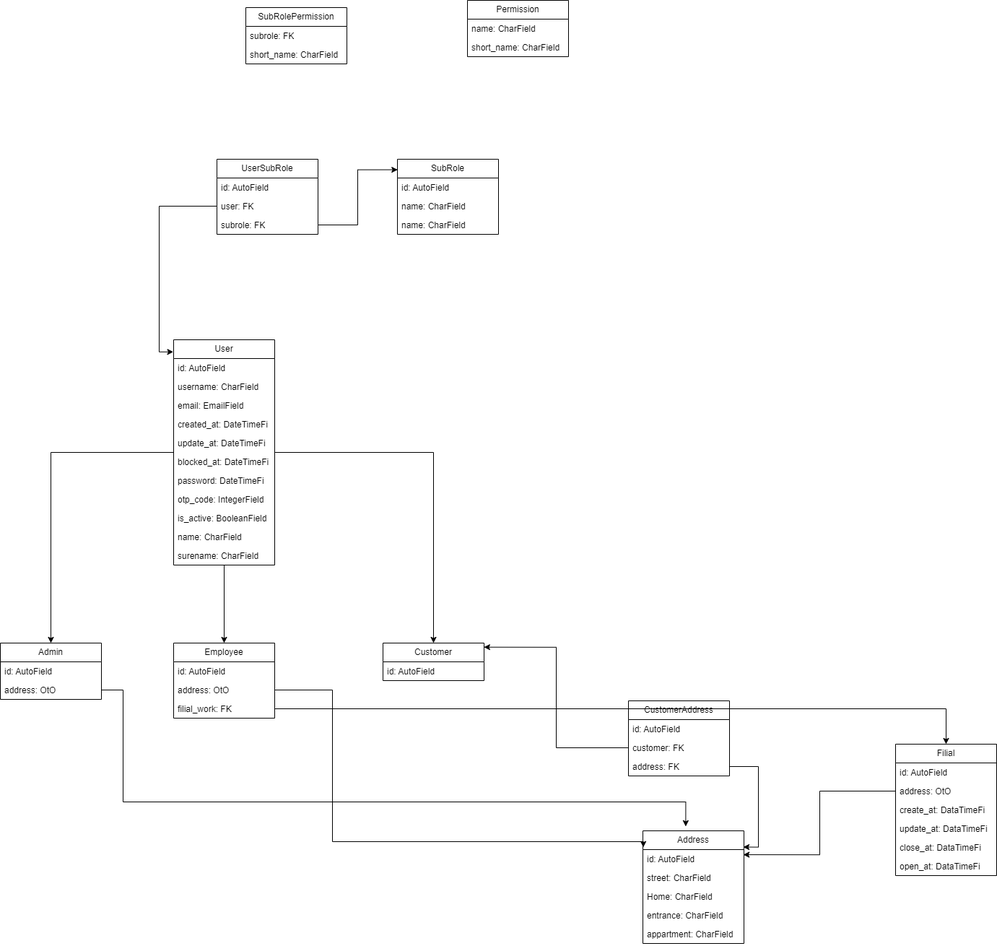
Earlier version of the draw.io export shop_db_design.drawio.png (Phoenix654654/shop_with_db). Source tidied: cells renumbered, new cells last; positions are measured from the earlier drawing's top-left corner, leaving out a move shared by most shapes.
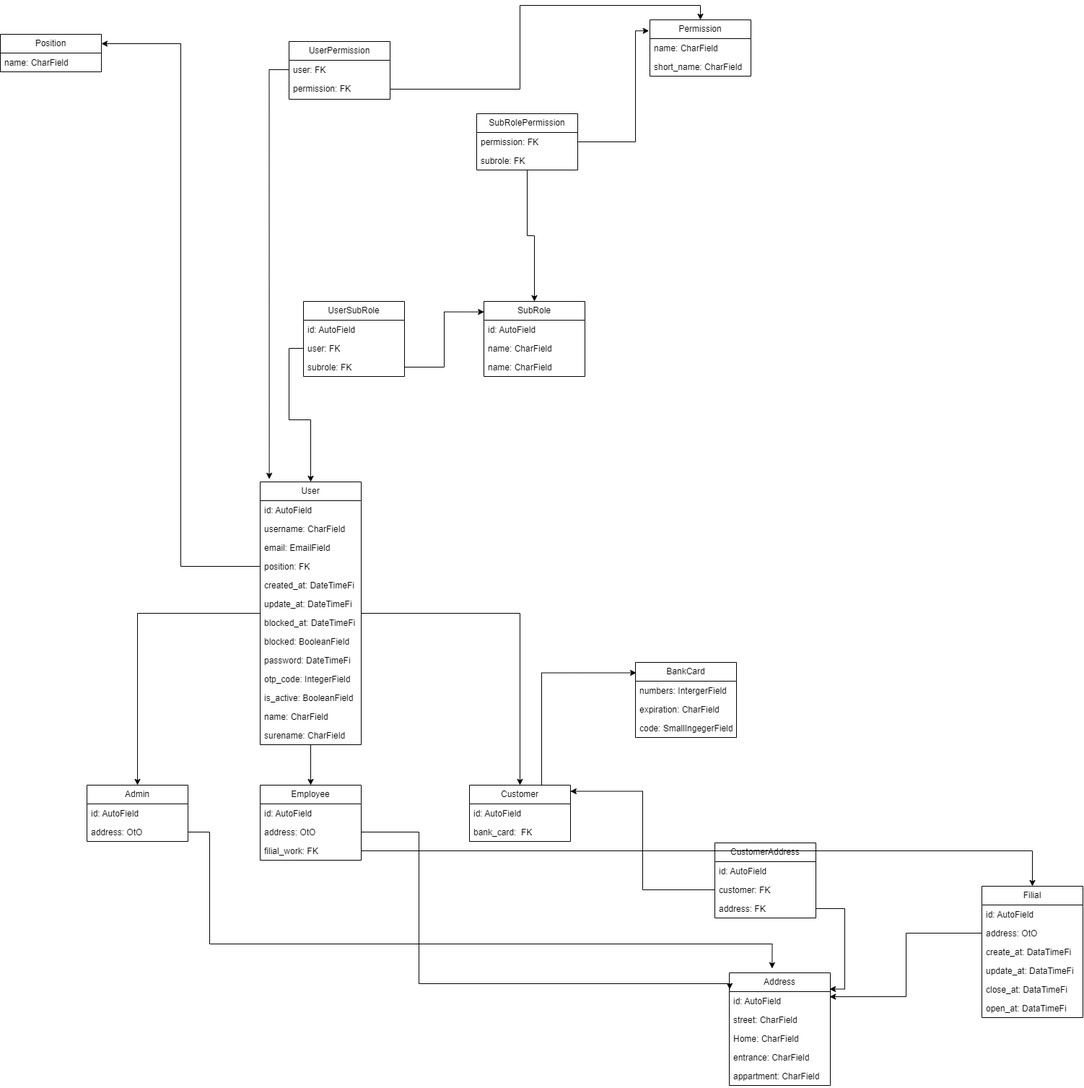
The same diagram one commit later.

Commit message:
user_db_design

What changed in the source:
```diff
@@ -9,7 +9,7 @@
       <mxGeometry relative="1" as="geometry" />
     </mxCell>
     <mxCell id="4" value="User" style="swimlane;fontStyle=0;horizontal=1;startSize=26;fillColor=none;whiteSpace=wrap;html=1;" parent="1" vertex="1">
-      <mxGeometry x="240" y="470" width="140" height="312" as="geometry" />
+      <mxGeometry x="240" y="470" width="140" height="364" as="geometry" />
     </mxCell>
     <mxCell id="5" value="id: AutoField" style="text;strokeColor=none;fillColor=none;align=left;verticalAlign=top;spacingLeft=4;spacingRight=4;overflow=hidden;whiteSpace=wrap;html=1;" parent="4" vertex="1">
       <mxGeometry y="26" width="140" height="26" as="geometry" />
@@ -20,29 +20,35 @@
     <mxCell id="7" value="&lt;span style=&quot;background-color: initial;&quot;&gt;email: EmailField&lt;/span&gt;" style="text;strokeColor=none;fillColor=none;align=left;verticalAlign=top;spacingLeft=4;spacingRight=4;overflow=hidden;whiteSpace=wrap;html=1;" parent="4" vertex="1">
       <mxGeometry y="78" width="140" height="26" as="geometry" />
     </mxCell>
+    <mxCell id="65" value="&lt;span style=&quot;background-color: initial;&quot;&gt;position: FK&lt;/span&gt;" style="text;strokeColor=none;fillColor=none;align=left;verticalAlign=top;spacingLeft=4;spacingRight=4;overflow=hidden;points=[[0,0.5],[1,0.5]];portConstraint=eastwest;whiteSpace=wrap;html=1;" parent="4" vertex="1">
+      <mxGeometry y="104" width="140" height="26" as="geometry" />
+    </mxCell>
     <mxCell id="8" value="&lt;span style=&quot;background-color: initial;&quot;&gt;created_at: DateTimeFi&lt;/span&gt;" style="text;strokeColor=none;fillColor=none;align=left;verticalAlign=top;spacingLeft=4;spacingRight=4;overflow=hidden;whiteSpace=wrap;html=1;" parent="4" vertex="1">
-      <mxGeometry y="104" width="140" height="26" as="geometry" />
+      <mxGeometry y="130" width="140" height="26" as="geometry" />
     </mxCell>
     <mxCell id="9" value="&lt;span style=&quot;background-color: initial;&quot;&gt;update_at: DateTimeFi&lt;/span&gt;" style="text;strokeColor=none;fillColor=none;align=left;verticalAlign=top;spacingLeft=4;spacingRight=4;overflow=hidden;whiteSpace=wrap;html=1;" parent="4" vertex="1">
-      <mxGeometry y="130" width="140" height="26" as="geometry" />
+      <mxGeometry y="156" width="140" height="26" as="geometry" />
     </mxCell>
     <mxCell id="10" value="&lt;span style=&quot;background-color: initial;&quot;&gt;blocked_at: DateTimeFi&lt;/span&gt;" style="text;strokeColor=none;fillColor=none;align=left;verticalAlign=top;spacingLeft=4;spacingRight=4;overflow=hidden;whiteSpace=wrap;html=1;" parent="4" vertex="1">
-      <mxGeometry y="156" width="140" height="26" as="geometry" />
+      <mxGeometry y="182" width="140" height="26" as="geometry" />
     </mxCell>
+    <mxCell id="66" value="&lt;span style=&quot;background-color: initial;&quot;&gt;blocked: BooleanField&lt;/span&gt;" style="text;strokeColor=none;fillColor=none;align=left;verticalAlign=top;spacingLeft=4;spacingRight=4;overflow=hidden;whiteSpace=wrap;html=1;" parent="4" vertex="1">
+      <mxGeometry y="208" width="140" height="26" as="geometry" />
+    </mxCell>
     <mxCell id="11" value="&lt;span style=&quot;background-color: initial;&quot;&gt;password: DateTimeFi&lt;/span&gt;" style="text;strokeColor=none;fillColor=none;align=left;verticalAlign=top;spacingLeft=4;spacingRight=4;overflow=hidden;whiteSpace=wrap;html=1;" parent="4" vertex="1">
-      <mxGeometry y="182" width="140" height="26" as="geometry" />
+      <mxGeometry y="234" width="140" height="26" as="geometry" />
     </mxCell>
     <mxCell id="12" value="&lt;span style=&quot;background-color: initial;&quot;&gt;otp_code: IntegerField&lt;/span&gt;" style="text;strokeColor=none;fillColor=none;align=left;verticalAlign=top;spacingLeft=4;spacingRight=4;overflow=hidden;whiteSpace=wrap;html=1;" parent="4" vertex="1">
-      <mxGeometry y="208" width="140" height="26" as="geometry" />
+      <mxGeometry y="260" width="140" height="26" as="geometry" />
     </mxCell>
     <mxCell id="13" value="&lt;span style=&quot;background-color: initial;&quot;&gt;is_active: BooleanField&lt;/span&gt;" style="text;strokeColor=none;fillColor=none;align=left;verticalAlign=top;spacingLeft=4;spacingRight=4;overflow=hidden;whiteSpace=wrap;html=1;" parent="4" vertex="1">
-      <mxGeometry y="234" width="140" height="26" as="geometry" />
+      <mxGeometry y="286" width="140" height="26" as="geometry" />
     </mxCell>
     <mxCell id="14" value="name: CharField" style="text;strokeColor=none;fillColor=none;align=left;verticalAlign=top;spacingLeft=4;spacingRight=4;overflow=hidden;whiteSpace=wrap;html=1;" parent="4" vertex="1">
-      <mxGeometry y="260" width="140" height="26" as="geometry" />
+      <mxGeometry y="312" width="140" height="26" as="geometry" />
     </mxCell>
     <mxCell id="15" value="surename: CharField" style="text;strokeColor=none;fillColor=none;align=left;verticalAlign=top;spacingLeft=4;spacingRight=4;overflow=hidden;whiteSpace=wrap;html=1;" parent="4" vertex="1">
-      <mxGeometry y="286" width="140" height="26" as="geometry" />
+      <mxGeometry y="338" width="140" height="26" as="geometry" />
     </mxCell>
     <mxCell id="16" value="SubRole" style="swimlane;fontStyle=0;horizontal=1;startSize=26;fillColor=none;whiteSpace=wrap;html=1;" parent="1" vertex="1">
       <mxGeometry x="550" y="220" width="140" height="104" as="geometry" />
@@ -68,14 +74,11 @@
     <mxCell id="23" value="subrole: FK" style="text;strokeColor=none;fillColor=none;align=left;verticalAlign=top;spacingLeft=4;spacingRight=4;overflow=hidden;points=[[0,0.5],[1,0.5]];portConstraint=eastwest;whiteSpace=wrap;html=1;" parent="20" vertex="1">
       <mxGeometry y="78" width="140" height="26" as="geometry" />
     </mxCell>
-    <mxCell id="24" style="edgeStyle=orthogonalEdgeStyle;rounded=0;jettySize=auto;html=1;entryX=-0.003;entryY=0.054;entryDx=0;entryDy=0;entryPerimeter=0;" parent="1" edge="1" source="22" target="4">
-      <mxGeometry relative="1" as="geometry" />
-    </mxCell>
     <mxCell id="25" style="edgeStyle=orthogonalEdgeStyle;rounded=0;jettySize=auto;html=1;entryX=0.002;entryY=0.14;entryDx=0;entryDy=0;entryPerimeter=0;" parent="1" edge="1" source="23" target="16">
       <mxGeometry relative="1" as="geometry" />
     </mxCell>
     <mxCell id="26" value="Permission" style="swimlane;fontStyle=0;horizontal=1;startSize=26;fillColor=none;whiteSpace=wrap;html=1;" parent="1" vertex="1">
-      <mxGeometry x="647" width="140" height="78" as="geometry" />
+      <mxGeometry x="780" y="-170" width="140" height="78" as="geometry" />
     </mxCell>
     <mxCell id="27" value="name: CharField" style="text;strokeColor=none;fillColor=none;align=left;verticalAlign=top;spacingLeft=4;spacingRight=4;overflow=hidden;whiteSpace=wrap;html=1;" parent="26" vertex="1">
       <mxGeometry y="26" width="140" height="26" as="geometry" />
@@ -84,14 +87,14 @@
       <mxGeometry y="52" width="140" height="26" as="geometry" />
     </mxCell>
     <mxCell id="29" value="SubRolePermission" style="swimlane;fontStyle=0;horizontal=1;startSize=26;fillColor=none;whiteSpace=wrap;html=1;" parent="1" vertex="1">
-      <mxGeometry x="340" y="10" width="140" height="78" as="geometry" />
+      <mxGeometry x="540" y="-40" width="140" height="78" as="geometry" />
     </mxCell>
+    <mxCell id="31" value="permission: FK" style="text;strokeColor=none;fillColor=none;align=left;verticalAlign=top;spacingLeft=4;spacingRight=4;overflow=hidden;points=[[0,0.5],[1,0.5]];portConstraint=eastwest;whiteSpace=wrap;html=1;" parent="29" vertex="1">
+      <mxGeometry y="26" width="140" height="26" as="geometry" />
+    </mxCell>
     <mxCell id="30" value="subrole: FK" style="text;strokeColor=none;fillColor=none;align=left;verticalAlign=top;spacingLeft=4;spacingRight=4;overflow=hidden;points=[[0,0.5],[1,0.5]];portConstraint=eastwest;whiteSpace=wrap;html=1;" parent="29" vertex="1">
-      <mxGeometry y="26" width="140" height="26" as="geometry" />
+      <mxGeometry y="52" width="140" height="26" as="geometry" />
     </mxCell>
-    <mxCell id="31" value="short_name: CharField" style="text;strokeColor=none;fillColor=none;align=left;verticalAlign=top;spacingLeft=4;spacingRight=4;overflow=hidden;points=[[0,0.5],[1,0.5]];portConstraint=eastwest;whiteSpace=wrap;html=1;" parent="29" vertex="1">
-      <mxGeometry y="52" width="140" height="26" as="geometry" />
-    </mxCell>
     <mxCell id="32" value="Admin" style="swimlane;fontStyle=0;horizontal=1;startSize=26;fillColor=none;whiteSpace=wrap;html=1;" parent="1" vertex="1">
       <mxGeometry y="890" width="140" height="78" as="geometry" />
     </mxCell>
@@ -114,11 +117,14 @@
       <mxGeometry y="78" width="140" height="26" as="geometry" />
     </mxCell>
     <mxCell id="39" value="Customer" style="swimlane;fontStyle=0;horizontal=1;startSize=26;fillColor=none;whiteSpace=wrap;html=1;" parent="1" vertex="1">
-      <mxGeometry x="530" y="890" width="140" height="52" as="geometry" />
+      <mxGeometry x="530" y="890" width="140" height="78" as="geometry" />
     </mxCell>
     <mxCell id="40" value="id: AutoField" style="text;strokeColor=none;fillColor=none;align=left;verticalAlign=top;spacingLeft=4;spacingRight=4;overflow=hidden;whiteSpace=wrap;html=1;" parent="39" vertex="1">
       <mxGeometry y="26" width="140" height="26" as="geometry" />
     </mxCell>
+    <mxCell id="67" value="bank_card:&amp;nbsp; FK" style="text;strokeColor=none;fillColor=none;align=left;verticalAlign=top;spacingLeft=4;spacingRight=4;overflow=hidden;whiteSpace=wrap;html=1;" parent="39" vertex="1">
+      <mxGeometry y="52" width="140" height="26" as="geometry" />
+    </mxCell>
     <mxCell id="41" style="edgeStyle=orthogonalEdgeStyle;rounded=0;jettySize=auto;html=1;entryX=0.5;entryY=0;entryDx=0;entryDy=0;" parent="1" edge="1" source="4" target="35">
       <mxGeometry relative="1" as="geometry" />
     </mxCell>
@@ -202,5 +208,67 @@
     <mxCell id="64" style="edgeStyle=orthogonalEdgeStyle;rounded=0;jettySize=auto;html=1;entryX=0.5;entryY=0;entryDx=0;entryDy=0;" parent="1" edge="1" source="38" target="56">
       <mxGeometry relative="1" as="geometry" />
     </mxCell>
+    <mxCell id="68" style="edgeStyle=orthogonalEdgeStyle;rounded=0;jettySize=auto;html=1;entryX=-0.009;entryY=0.195;entryDx=0;entryDy=0;entryPerimeter=0;" parent="1" edge="1" source="31" target="26">
+      <mxGeometry relative="1" as="geometry">
+        <Array as="points">
+          <mxPoint x="760" y="-1" />
+          <mxPoint x="760" y="-155" />
+        </Array>
+      </mxGeometry>
+    </mxCell>
+    <mxCell id="69" style="edgeStyle=orthogonalEdgeStyle;rounded=0;jettySize=auto;html=1;" parent="1" edge="1" source="30" target="16">
+      <mxGeometry relative="1" as="geometry">
+        <Array as="points">
+          <mxPoint x="610" y="129" />
+          <mxPoint x="620" y="129" />
+        </Array>
+      </mxGeometry>
+    </mxCell>
+    <mxCell id="70" value="UserPermission" style="swimlane;fontStyle=0;horizontal=1;startSize=26;fillColor=none;whiteSpace=wrap;html=1;" parent="1" vertex="1">
+      <mxGeometry x="280" y="-140" width="140" height="80" as="geometry" />
+    </mxCell>
+    <mxCell id="71" value="user: FK" style="text;strokeColor=none;fillColor=none;align=left;verticalAlign=top;spacingLeft=4;spacingRight=4;overflow=hidden;points=[[0,0.5],[1,0.5]];portConstraint=eastwest;whiteSpace=wrap;html=1;" parent="70" vertex="1">
+      <mxGeometry y="26" width="140" height="26" as="geometry" />
+    </mxCell>
+    <mxCell id="72" value="permission: FK" style="text;strokeColor=none;fillColor=none;align=left;verticalAlign=top;spacingLeft=4;spacingRight=4;overflow=hidden;points=[[0,0.5],[1,0.5]];portConstraint=eastwest;whiteSpace=wrap;html=1;" parent="70" vertex="1">
+      <mxGeometry y="52" width="140" height="28" as="geometry" />
+    </mxCell>
+    <mxCell id="73" style="edgeStyle=orthogonalEdgeStyle;rounded=0;jettySize=auto;html=1;entryX=0.5;entryY=0;entryDx=0;entryDy=0;" parent="1" edge="1" source="72" target="26">
+      <mxGeometry relative="1" as="geometry" />
+    </mxCell>
+    <mxCell id="74" style="edgeStyle=orthogonalEdgeStyle;rounded=0;jettySize=auto;html=1;entryX=0.09;entryY=-0.011;entryDx=0;entryDy=0;entryPerimeter=0;" parent="1" edge="1" source="71" target="4">
+      <mxGeometry relative="1" as="geometry" />
+    </mxCell>
+    <mxCell id="24" style="edgeStyle=orthogonalEdgeStyle;rounded=0;jettySize=auto;html=1;" parent="1" edge="1" source="22" target="4">
+      <mxGeometry relative="1" as="geometry" />
+    </mxCell>
+    <mxCell id="75" value="Position" style="swimlane;fontStyle=0;horizontal=1;startSize=26;fillColor=none;whiteSpace=wrap;html=1;" parent="1" vertex="1">
+      <mxGeometry x="-120" y="-150" width="140" height="52" as="geometry" />
+    </mxCell>
+    <mxCell id="76" value="name: CharField" style="text;strokeColor=none;fillColor=none;align=left;verticalAlign=top;spacingLeft=4;spacingRight=4;overflow=hidden;whiteSpace=wrap;html=1;" parent="75" vertex="1">
+      <mxGeometry y="26" width="140" height="26" as="geometry" />
+    </mxCell>
+    <mxCell id="77" style="edgeStyle=orthogonalEdgeStyle;rounded=0;jettySize=auto;html=1;entryX=1;entryY=0.25;entryDx=0;entryDy=0;" parent="1" edge="1" source="65" target="75">
+      <mxGeometry relative="1" as="geometry" />
+    </mxCell>
+    <mxCell id="78" value="BankCard" style="swimlane;fontStyle=0;horizontal=1;startSize=26;fillColor=none;whiteSpace=wrap;html=1;" parent="1" vertex="1">
+      <mxGeometry x="760" y="720" width="140" height="104" as="geometry" />
+    </mxCell>
+    <mxCell id="79" value="numbers: IntergerField" style="text;strokeColor=none;fillColor=none;align=left;verticalAlign=top;spacingLeft=4;spacingRight=4;overflow=hidden;whiteSpace=wrap;html=1;" parent="78" vertex="1">
+      <mxGeometry y="26" width="140" height="26" as="geometry" />
+    </mxCell>
+    <mxCell id="80" value="expiration: CharField" style="text;strokeColor=none;fillColor=none;align=left;verticalAlign=top;spacingLeft=4;spacingRight=4;overflow=hidden;whiteSpace=wrap;html=1;" parent="78" vertex="1">
+      <mxGeometry y="52" width="140" height="26" as="geometry" />
+    </mxCell>
+    <mxCell id="81" value="code: SmallIngegerField" style="text;strokeColor=none;fillColor=none;align=left;verticalAlign=top;spacingLeft=4;spacingRight=4;overflow=hidden;whiteSpace=wrap;html=1;" parent="78" vertex="1">
+      <mxGeometry y="78" width="140" height="26" as="geometry" />
+    </mxCell>
+    <mxCell id="82" style="edgeStyle=orthogonalEdgeStyle;rounded=0;jettySize=auto;html=1;entryX=0.008;entryY=0.139;entryDx=0;entryDy=0;entryPerimeter=0;" parent="1" edge="1" source="39" target="78">
+      <mxGeometry relative="1" as="geometry">
+        <Array as="points">
+          <mxPoint x="630" y="734" />
+        </Array>
+      </mxGeometry>
+    </mxCell>
   </root>
 </mxGraphModel>
```
